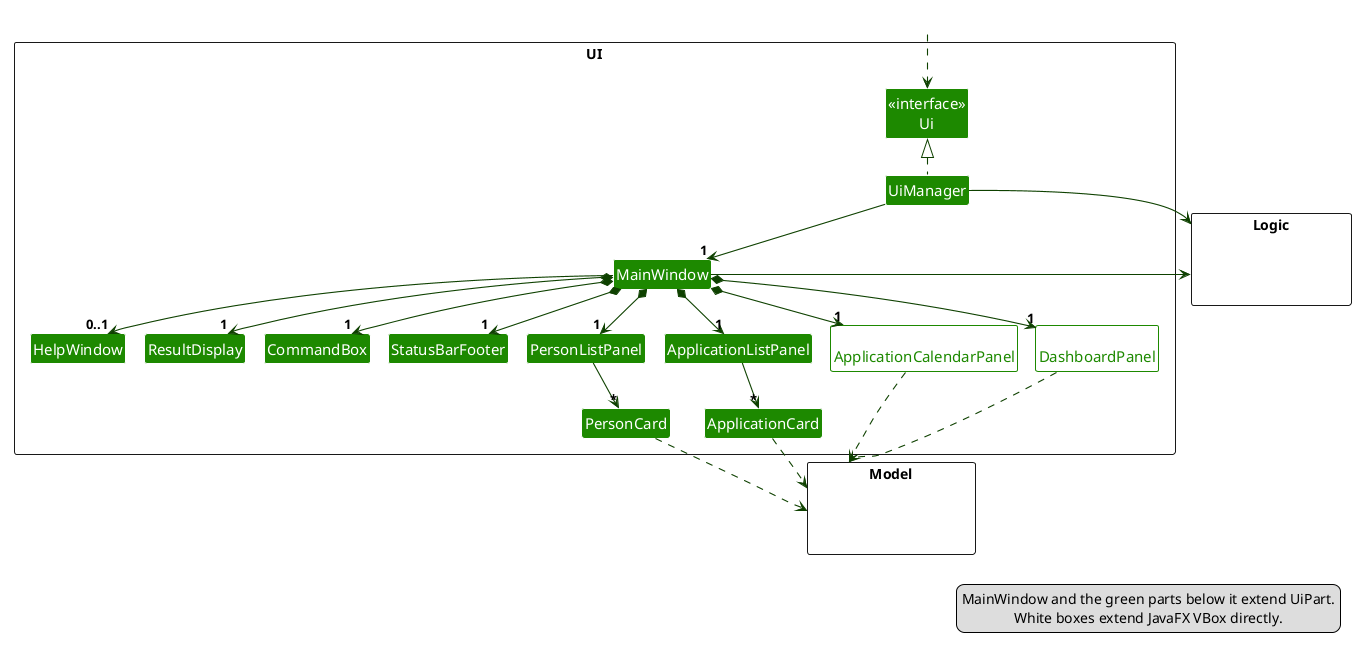
This is docs/images/UiClassDiagram.png from AY2627S1-CS2103T-T12-3/tp, a PlantUML export, as it was before one commit.
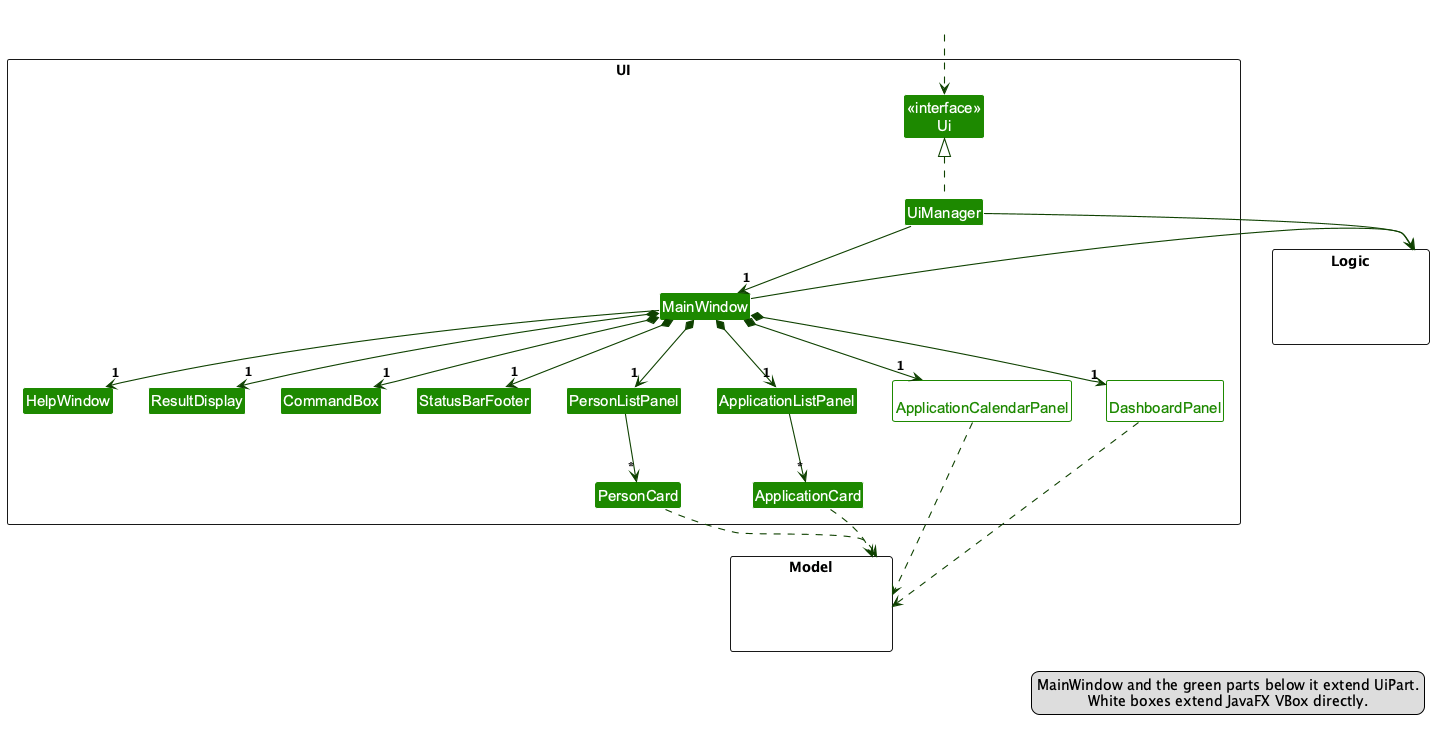
The same file after the commit.

Commit message:
Correct help window multiplicity in UI diagram

Diff of the diagram source:
```diff
@@ -44,7 +44,7 @@
 MainWindow *-down-> "1" CommandBox
 MainWindow *-down-> "1" ResultDisplay
 MainWindow *-down-> "1" StatusBarFooter
-MainWindow -down-> "0..1" HelpWindow
+MainWindow -down-> "1" HelpWindow
 MainWindow *-down-> "1" PersonListPanel
 MainWindow *-down-> "1" ApplicationListPanel
 MainWindow *-down-> "1" ApplicationCalendarPanel
```
